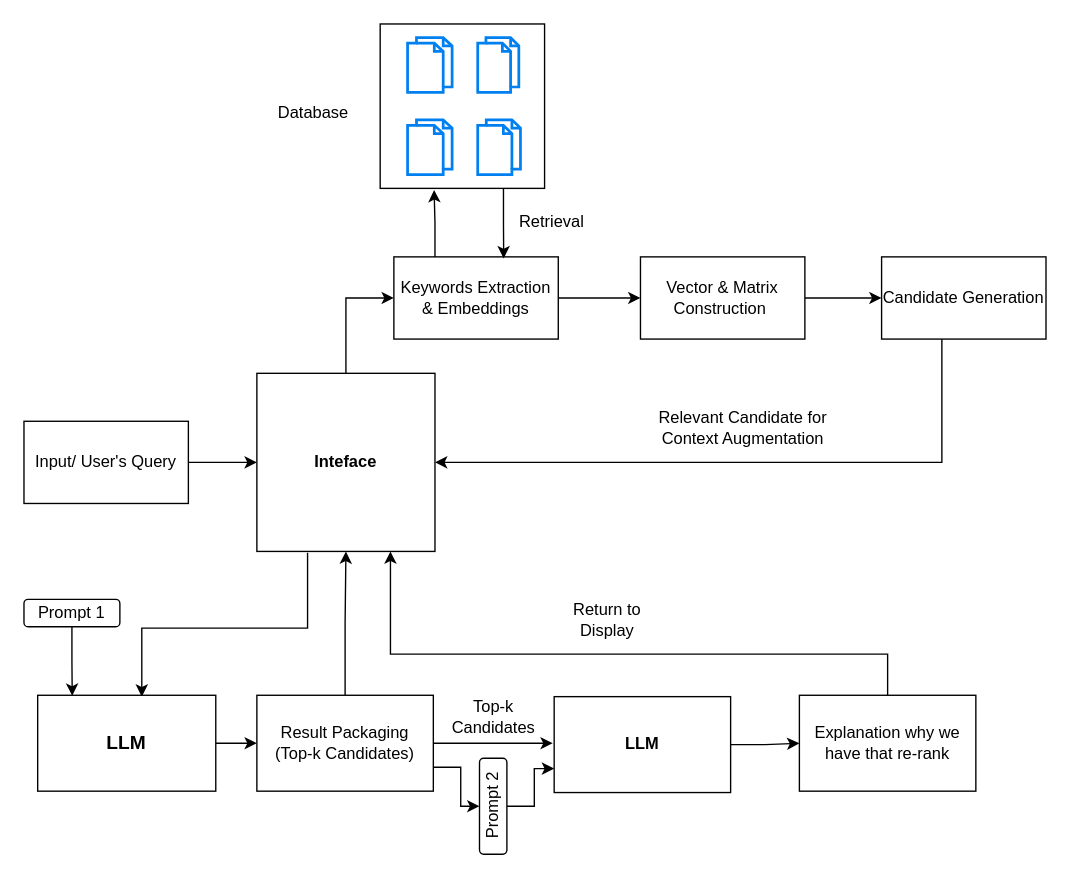
Above: Baseline.drawio in Mancupfire/Retrieval_Model (draw.io), before the change. Source tidied: cells renumbered, new cells numbered last; positions are measured from the earlier drawing's top-left corner, leaving out a move shared by most shapes. Both pictures are drawn from the tidied source at 137%, with x=0, y=0 at pixel (23, 23).
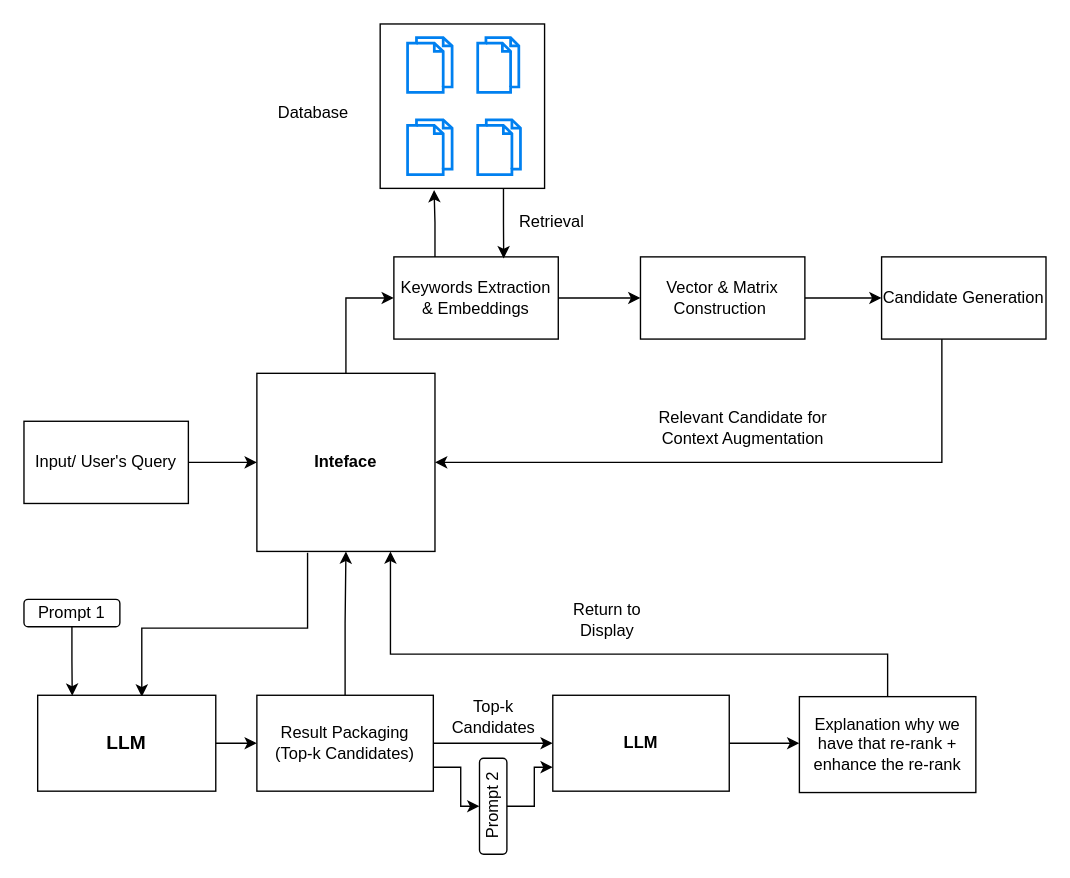
After the change.

The edit, as a diff of the source:
```diff
@@
     <mxCell id="32" value="&lt;b&gt;LLM&lt;/b&gt;" style="rounded=0;whiteSpace=wrap;html=1;" parent="1" vertex="1">
-      <mxGeometry x="387" y="491" width="128.8" height="70" as="geometry" />
+      <mxGeometry x="386" y="490" width="128.8" height="70" as="geometry" />
     </mxCell>
@@
-    <mxCell id="34" value="Explanation why we have that re-rank" style="rounded=0;whiteSpace=wrap;html=1;" parent="1" vertex="1">
-      <mxGeometry x="566" y="490" width="128.8" height="70" as="geometry" />
+    <mxCell id="34" value="Explanation why we have that re-rank + enhance the re-rank" style="rounded=0;whiteSpace=wrap;html=1;" parent="1" vertex="1">
+      <mxGeometry x="566" y="491" width="128.8" height="70" as="geometry" />
     </mxCell>
```
